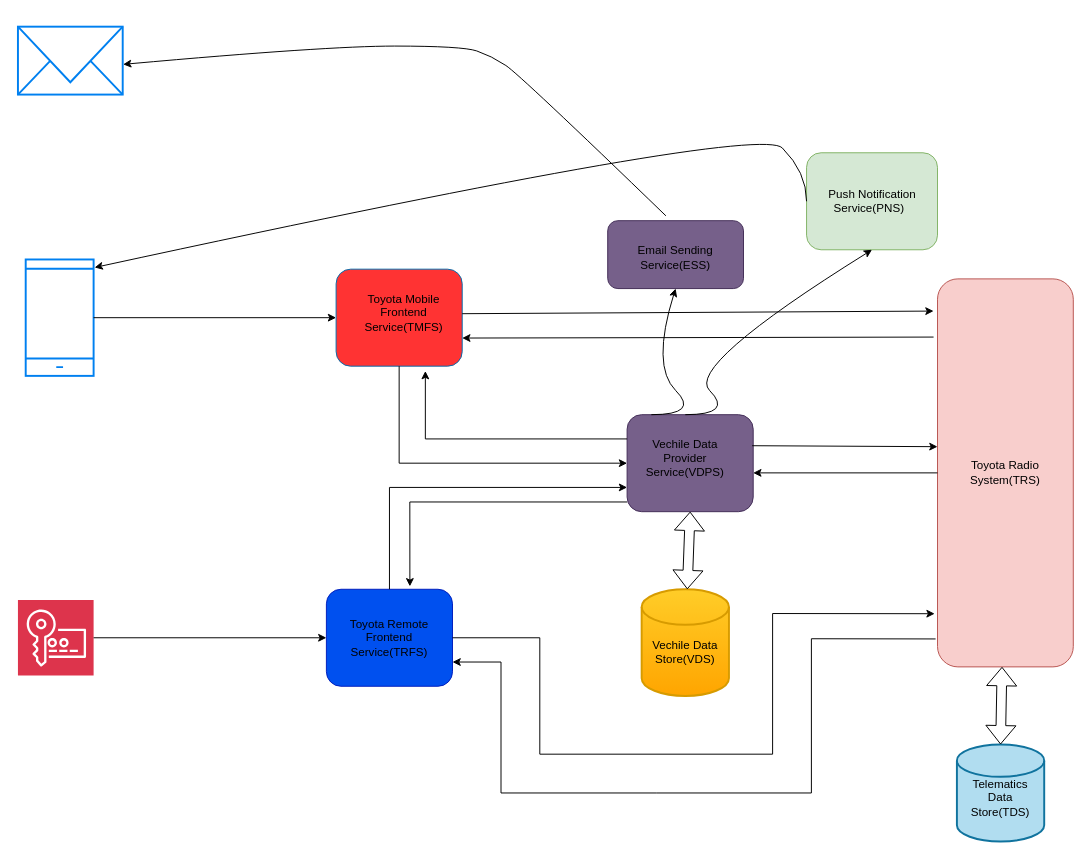
vijay21221/ToyotaRemoteConnect keeps this draw.io diagram as Untitled Diagram.drawio. Above is the earlier version. Source tidied: cells renumbered, new cells numbered last; positions are measured from the earlier drawing's top-left corner, leaving out a move shared by most shapes. Both pictures are drawn from the tidied source at 97%, with x=0, y=0 at pixel (17, 26).
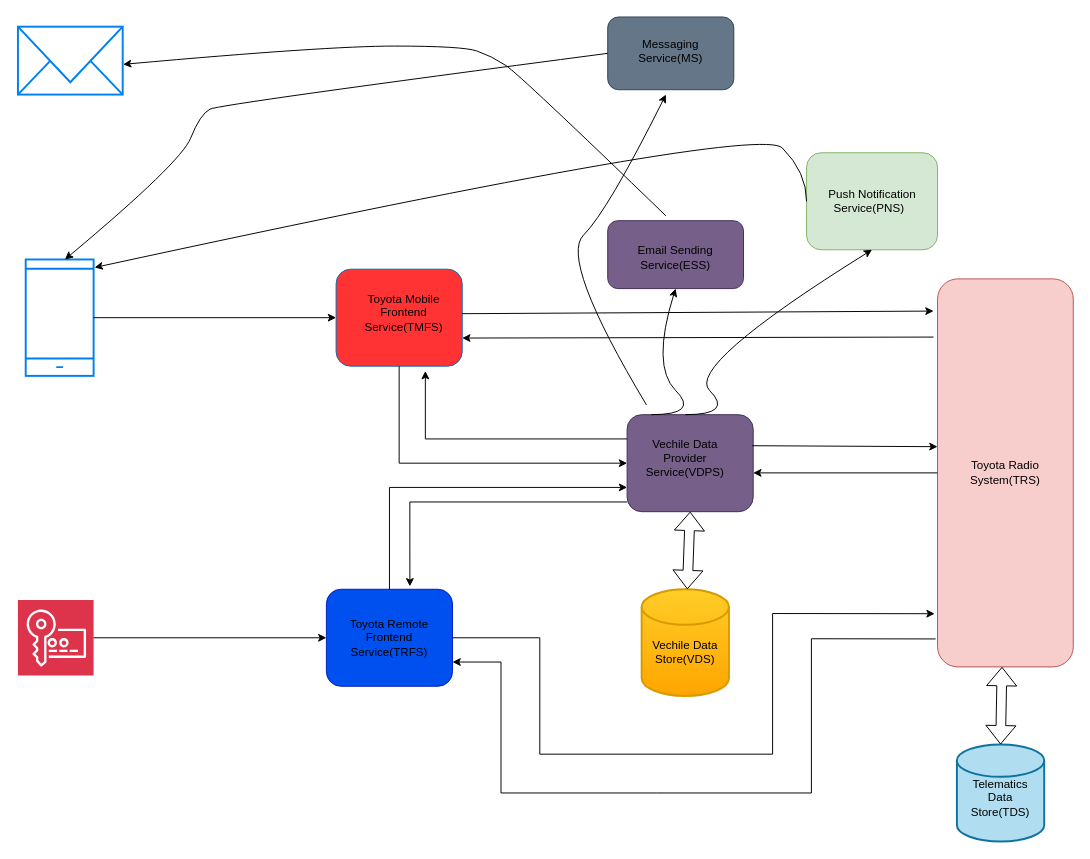
After the change.

Unchanged cells that the change refers to:
```xml
<mxCell id="33" style="html=1;verticalLabelPosition=bottom;align=center;labelBackgroundColor=#ffffff;verticalAlign=top;strokeWidth=2;strokeColor=#0080F0;shadow=0;dashed=0;shape=mxgraph.ios7.icons.smartphone;" parent="1" vertex="1">
  <mxGeometry x="8" y="240" width="70" height="120" as="geometry" />
</mxCell>
```

Diff of the diagram source:
```diff
@@
+    <mxCell id="39" style="rounded=1;whiteSpace=wrap;html=1;fillColor=#647687;fontColor=#ffffff;strokeColor=#314354;" parent="1" vertex="1">
+      <mxGeometry x="608" y="-10" width="130" height="75" as="geometry" />
+    </mxCell>
+    <mxCell id="40" value="Messaging&lt;br&gt;Service(MS)" style="text;html=1;strokeColor=none;fillColor=none;align=center;verticalAlign=middle;whiteSpace=wrap;rounded=0;" parent="1" vertex="1">
+      <mxGeometry x="643" y="10" width="60" height="30" as="geometry" />
+    </mxCell>
+    <mxCell id="41" style="curved=1;endArrow=classic;html=1;rounded=0;" parent="1" edge="1">
+      <mxGeometry relative="1" as="geometry">
+        <mxPoint x="648" y="390" as="sourcePoint" />
+        <mxPoint x="668" y="70" as="targetPoint" />
+        <Array as="points">
+          <mxPoint x="558" y="240" />
+          <mxPoint x="608" y="190" />
+        </Array>
+      </mxGeometry>
+    </mxCell>
+    <mxCell id="42" style="curved=1;endArrow=classic;html=1;rounded=0;exitX=0;exitY=0.5;exitDx=0;exitDy=0;entryX=0.578;entryY=0;entryDx=0;entryDy=0;entryPerimeter=0;" parent="1" edge="1" source="39" target="33">
+      <mxGeometry relative="1" as="geometry">
+        <Array as="points">
+          <mxPoint x="208" y="80" />
+          <mxPoint x="188" y="90" />
+          <mxPoint x="168" y="140" />
+        </Array>
+      </mxGeometry>
+    </mxCell>
```
